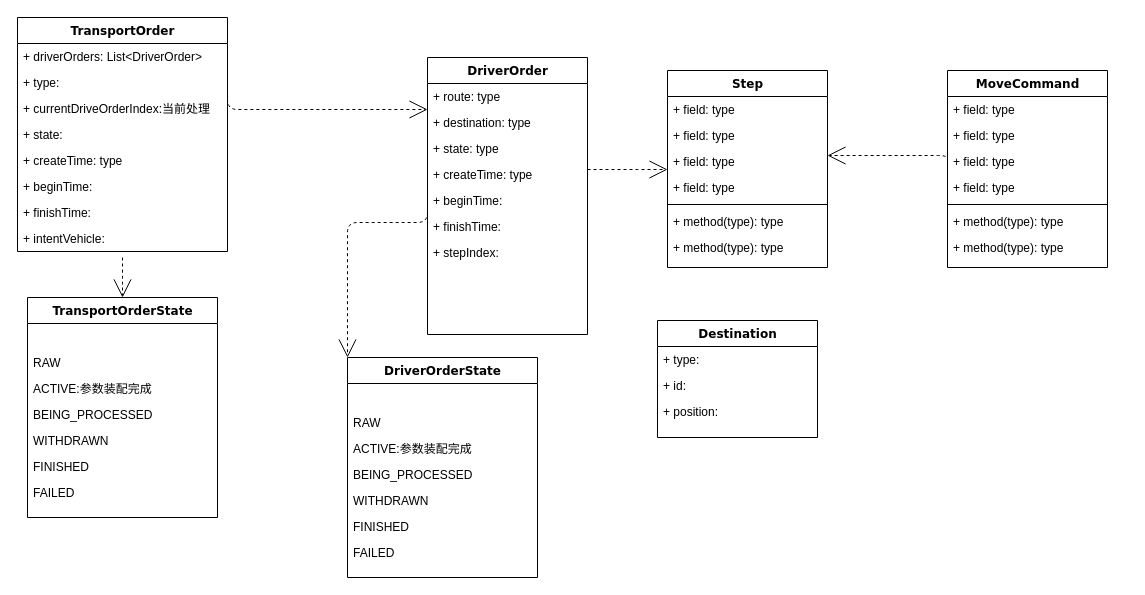
Above: 架构/领域类.drawio in c825503724/fms (draw.io), before the change. Source tidied: cells renumbered, new cells numbered last; positions are measured from the earlier drawing's top-left corner, leaving out a move shared by most shapes. Both pictures are drawn from the tidied source at 100%, with x=0, y=0 at pixel (17, 17).
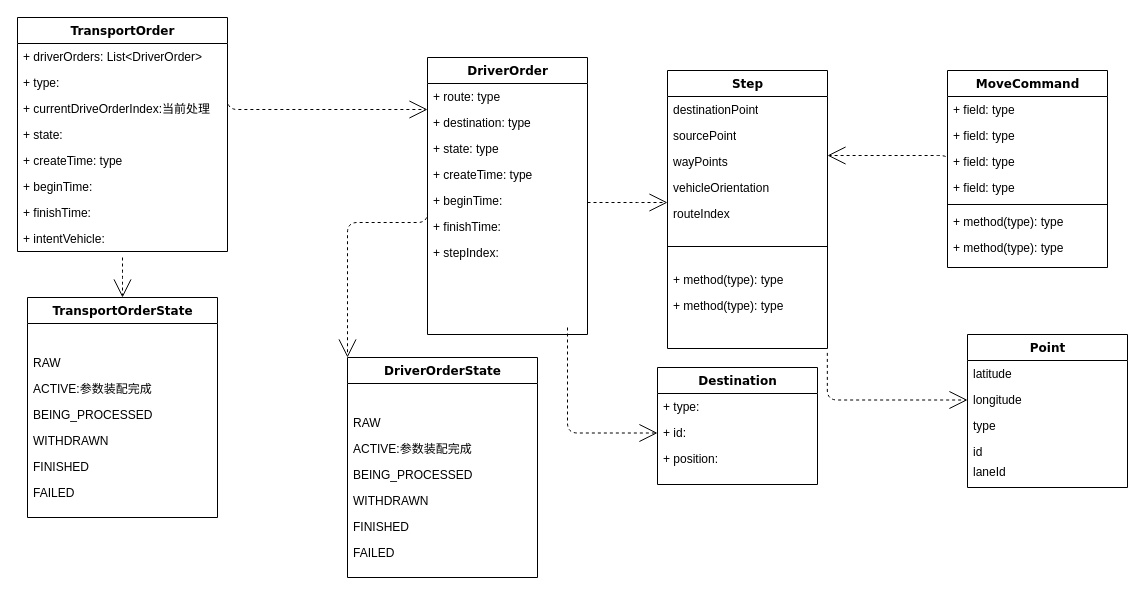
After the change.

Commit message:
更新领域类.drawio

Unchanged cells that the change refers to:
```xml
<mxCell id="49" value="+ id:&amp;nbsp;" style="text;html=1;strokeColor=none;fillColor=none;align=left;verticalAlign=top;spacingLeft=4;spacingRight=4;whiteSpace=wrap;overflow=hidden;points=[[0,0.5],[1,0.5]];portConstraint=eastwest;" parent="47" vertex="1">
  <mxGeometry y="52" width="160" height="26" as="geometry" />
</mxCell>
```

What changed in the source:
```diff
@@
     <mxCell id="21" value="Step" style="swimlane;html=1;fontStyle=1;align=center;verticalAlign=top;horizontal=1;startSize=26;swimlaneFillColor=#ffffff;rounded=0;shadow=0;comic=0;labelBackgroundColor=none;strokeWidth=1;fillColor=none;fontFamily=Verdana;fontSize=12;" parent="1" vertex="1">
-      <mxGeometry x="650" y="53" width="160" height="197" as="geometry" />
+      <mxGeometry x="650" y="53" width="160" height="278" as="geometry" />
     </mxCell>
-    <mxCell id="22" value="+ field: type" style="text;html=1;strokeColor=none;fillColor=none;align=left;verticalAlign=top;spacingLeft=4;spacingRight=4;whiteSpace=wrap;overflow=hidden;" parent="21" vertex="1">
+    <mxCell id="22" value="destinationPoint" style="text;html=1;strokeColor=none;fillColor=none;align=left;verticalAlign=top;spacingLeft=4;spacingRight=4;whiteSpace=wrap;overflow=hidden;" parent="21" vertex="1">
       <mxGeometry y="26" width="160" height="26" as="geometry" />
     </mxCell>
-    <mxCell id="23" value="+ field: type" style="text;html=1;strokeColor=none;fillColor=none;align=left;verticalAlign=top;spacingLeft=4;spacingRight=4;whiteSpace=wrap;overflow=hidden;" parent="21" vertex="1">
+    <mxCell id="23" value="sourcePoint" style="text;html=1;strokeColor=none;fillColor=none;align=left;verticalAlign=top;spacingLeft=4;spacingRight=4;whiteSpace=wrap;overflow=hidden;" parent="21" vertex="1">
       <mxGeometry y="52" width="160" height="26" as="geometry" />
     </mxCell>
-    <mxCell id="24" value="+ field: type" style="text;html=1;strokeColor=none;fillColor=none;align=left;verticalAlign=top;spacingLeft=4;spacingRight=4;whiteSpace=wrap;overflow=hidden;" parent="21" vertex="1">
+    <mxCell id="24" value="wayPoints" style="text;html=1;strokeColor=none;fillColor=none;align=left;verticalAlign=top;spacingLeft=4;spacingRight=4;whiteSpace=wrap;overflow=hidden;" parent="21" vertex="1">
       <mxGeometry y="78" width="160" height="26" as="geometry" />
     </mxCell>
-    <mxCell id="25" value="+ field: type" style="text;html=1;strokeColor=none;fillColor=none;align=left;verticalAlign=top;spacingLeft=4;spacingRight=4;whiteSpace=wrap;overflow=hidden;" parent="21" vertex="1">
+    <mxCell id="25" value="vehicleOrientation" style="text;html=1;strokeColor=none;fillColor=none;align=left;verticalAlign=top;spacingLeft=4;spacingRight=4;whiteSpace=wrap;overflow=hidden;" parent="21" vertex="1">
       <mxGeometry y="104" width="160" height="26" as="geometry" />
     </mxCell>
+    <mxCell id="60" value="routeIndex" style="text;html=1;strokeColor=none;fillColor=none;align=left;verticalAlign=top;spacingLeft=4;spacingRight=4;whiteSpace=wrap;overflow=hidden;" parent="21" vertex="1">
+      <mxGeometry y="130" width="160" height="26" as="geometry" />
+    </mxCell>
     <mxCell id="26" style="line;html=1;strokeWidth=1;fillColor=none;align=left;verticalAlign=middle;spacingTop=-1;spacingLeft=3;spacingRight=3;labelPosition=right;" parent="21" vertex="1">
-      <mxGeometry y="130" width="160" height="8" as="geometry" />
+      <mxGeometry y="156" width="160" height="40" as="geometry" />
     </mxCell>
     <mxCell id="27" value="+ method(type): type" style="text;html=1;strokeColor=none;fillColor=none;align=left;verticalAlign=top;spacingLeft=4;spacingRight=4;whiteSpace=wrap;overflow=hidden;" parent="21" vertex="1">
-      <mxGeometry y="138" width="160" height="26" as="geometry" />
+      <mxGeometry y="196" width="160" height="26" as="geometry" />
     </mxCell>
     <mxCell id="28" value="+ method(type): type" style="text;html=1;strokeColor=none;fillColor=none;align=left;verticalAlign=top;spacingLeft=4;spacingRight=4;whiteSpace=wrap;overflow=hidden;points=[[0,0.5],[1,0.5]];portConstraint=eastwest;" parent="21" vertex="1">
-      <mxGeometry y="164" width="160" height="26" as="geometry" />
+      <mxGeometry y="222" width="160" height="56" as="geometry" />
     </mxCell>
@@
     <mxCell id="47" value="Destination" style="swimlane;html=1;fontStyle=1;align=center;verticalAlign=top;horizontal=1;startSize=26;swimlaneFillColor=#ffffff;rounded=0;shadow=0;comic=0;labelBackgroundColor=none;strokeWidth=1;fillColor=none;fontFamily=Verdana;fontSize=12;" parent="1" vertex="1">
-      <mxGeometry x="640" y="303" width="160" height="117" as="geometry" />
+      <mxGeometry x="640" y="350" width="160" height="117" as="geometry" />
     </mxCell>
@@
+    <mxCell id="61" style="edgeStyle=elbowEdgeStyle;html=1;labelBackgroundColor=none;startFill=0;startSize=8;endArrow=open;endFill=0;endSize=16;fontFamily=Verdana;fontSize=12;elbow=vertical;dashed=1;entryX=0;entryY=0.5;entryDx=0;entryDy=0;" parent="47" edge="1" target="49">
+      <mxGeometry relative="1" as="geometry">
+        <mxPoint x="-90" y="-40" as="sourcePoint" />
+        <Array as="points">
+          <mxPoint x="-80" y="65.5" />
+        </Array>
+      </mxGeometry>
+    </mxCell>
@@
+    <mxCell id="62" value="Point" style="swimlane;html=1;fontStyle=1;align=center;verticalAlign=top;horizontal=1;startSize=26;swimlaneFillColor=#ffffff;rounded=0;shadow=0;comic=0;labelBackgroundColor=none;strokeWidth=1;fillColor=none;fontFamily=Verdana;fontSize=12;" parent="1" vertex="1">
+      <mxGeometry x="950" y="317" width="160" height="153" as="geometry" />
+    </mxCell>
+    <mxCell id="63" value="latitude" style="text;html=1;strokeColor=none;fillColor=none;align=left;verticalAlign=top;spacingLeft=4;spacingRight=4;whiteSpace=wrap;overflow=hidden;" parent="62" vertex="1">
+      <mxGeometry y="26" width="160" height="26" as="geometry" />
+    </mxCell>
+    <mxCell id="64" value="longitude" style="text;html=1;strokeColor=none;fillColor=none;align=left;verticalAlign=top;spacingLeft=4;spacingRight=4;whiteSpace=wrap;overflow=hidden;points=[[0,0.5],[1,0.5]];portConstraint=eastwest;" parent="62" vertex="1">
+      <mxGeometry y="52" width="160" height="26" as="geometry" />
+    </mxCell>
+    <mxCell id="65" value="type" style="text;html=1;strokeColor=none;fillColor=none;align=left;verticalAlign=top;spacingLeft=4;spacingRight=4;whiteSpace=wrap;overflow=hidden;" parent="62" vertex="1">
+      <mxGeometry y="78" width="160" height="26" as="geometry" />
+    </mxCell>
+    <mxCell id="66" value="id" style="text;html=1;strokeColor=none;fillColor=none;align=left;verticalAlign=top;spacingLeft=4;spacingRight=4;whiteSpace=wrap;overflow=hidden;" parent="62" vertex="1">
+      <mxGeometry y="104" width="160" height="26" as="geometry" />
+    </mxCell>
+    <mxCell id="67" style="edgeStyle=elbowEdgeStyle;html=1;labelBackgroundColor=none;startFill=0;startSize=8;endArrow=open;endFill=0;endSize=16;fontFamily=Verdana;fontSize=12;elbow=vertical;dashed=1;entryX=0;entryY=0.5;entryDx=0;entryDy=0;exitX=0.999;exitY=1.079;exitDx=0;exitDy=0;exitPerimeter=0;" parent="1" edge="1" source="28" target="64">
+      <mxGeometry relative="1" as="geometry">
+        <Array as="points">
+          <mxPoint x="870" y="382.5" />
+        </Array>
+      </mxGeometry>
+    </mxCell>
+    <mxCell id="68" value="laneId" style="text;html=1;strokeColor=none;fillColor=none;align=left;verticalAlign=top;spacingLeft=4;spacingRight=4;whiteSpace=wrap;overflow=hidden;" parent="1" vertex="1">
+      <mxGeometry x="950" y="441" width="160" height="26" as="geometry" />
+    </mxCell>
```
